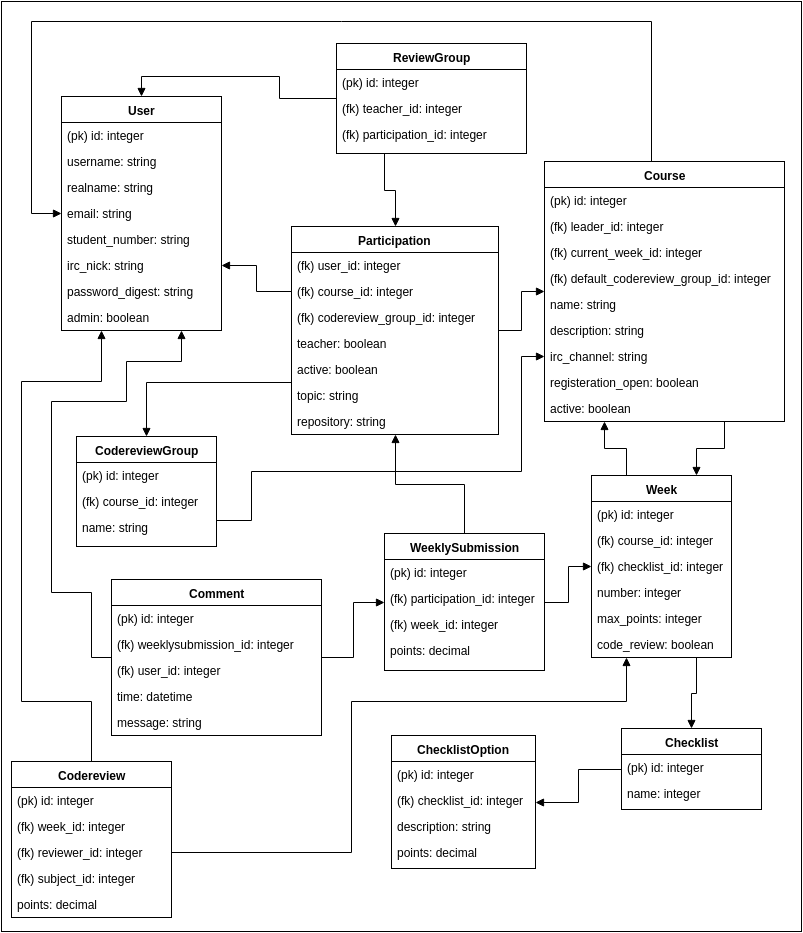
The draw.io diagram doc/database.png in TheDuckFIN/labtool-enhanced, before a commit. Source tidied: cells renumbered, new cells last; positions are measured from the earlier drawing's top-left corner, leaving out a move shared by most shapes.
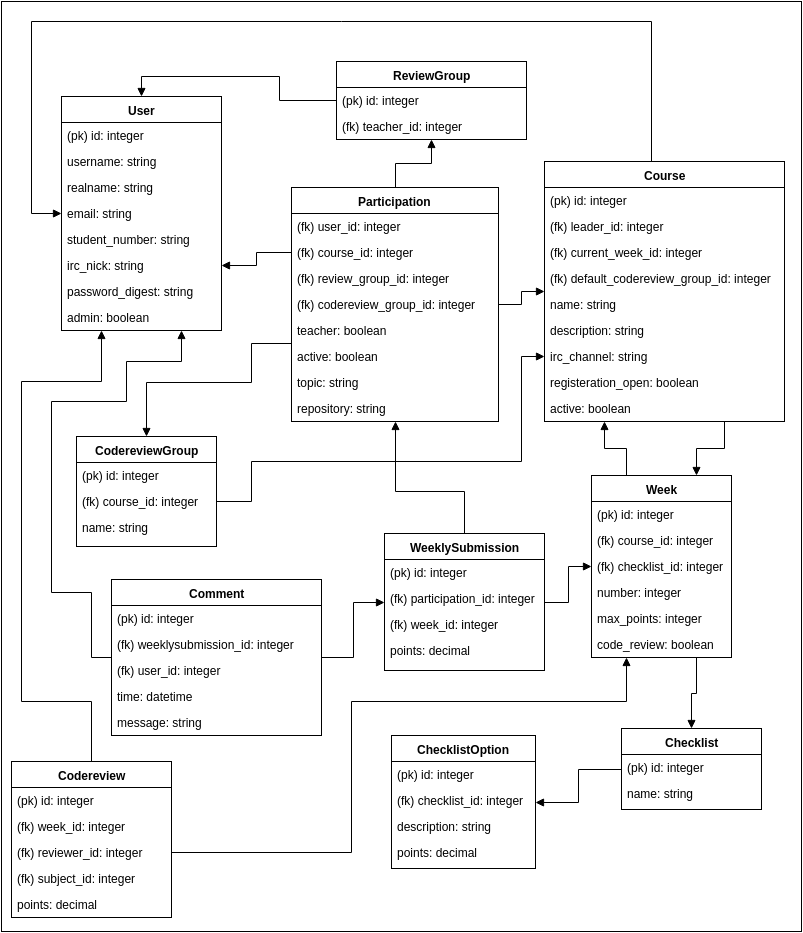
Above is the later version.

Commit message:
models and database scheman update

Change to the diagram source:
```diff
@@ -63,7 +63,7 @@
       <mxGeometry y="234" width="240" height="26" as="geometry" />
     </mxCell>
     <mxCell id="22" value="&lt;b&gt;Participation&lt;/b&gt;" style="swimlane;html=1;fontStyle=0;horizontal=1;startSize=26;fillColor=none;swimlaneFillColor=#ffffff;" parent="1" vertex="1">
-      <mxGeometry x="290" y="225" width="207" height="208" as="geometry" />
+      <mxGeometry x="290" y="186" width="207" height="234" as="geometry" />
     </mxCell>
     <mxCell id="23" value="(fk) user_id: integer&lt;br&gt;" style="text;html=1;strokeColor=none;fillColor=none;align=left;verticalAlign=top;spacingLeft=4;spacingRight=4;whiteSpace=wrap;overflow=hidden;rounded=1;" parent="22" vertex="1">
       <mxGeometry y="26" width="207" height="26" as="geometry" />
@@ -71,20 +71,23 @@
     <mxCell id="24" value="(fk) course_id: integer&lt;br&gt;" style="text;html=1;strokeColor=none;fillColor=none;align=left;verticalAlign=top;spacingLeft=4;spacingRight=4;whiteSpace=wrap;overflow=hidden;points=[[0,0.5],[1,0.5]];portConstraint=eastwest;" parent="22" vertex="1">
       <mxGeometry y="52" width="207" height="26" as="geometry" />
     </mxCell>
+    <mxCell id="87" value="(fk) review_group_id: integer" style="text;html=1;strokeColor=none;fillColor=none;align=left;verticalAlign=top;spacingLeft=4;spacingRight=4;whiteSpace=wrap;overflow=hidden;" parent="22" vertex="1">
+      <mxGeometry y="78" width="207" height="26" as="geometry" />
+    </mxCell>
     <mxCell id="25" value="(fk) codereview_group_id: integer&lt;br&gt;" style="text;html=1;strokeColor=none;fillColor=none;align=left;verticalAlign=top;spacingLeft=4;spacingRight=4;whiteSpace=wrap;overflow=hidden;" parent="22" vertex="1">
-      <mxGeometry y="78" width="207" height="26" as="geometry" />
+      <mxGeometry y="104" width="207" height="26" as="geometry" />
     </mxCell>
     <mxCell id="26" value="teacher: boolean&lt;br&gt;" style="text;html=1;strokeColor=none;fillColor=none;align=left;verticalAlign=top;spacingLeft=4;spacingRight=4;whiteSpace=wrap;overflow=hidden;rounded=1;" parent="22" vertex="1">
-      <mxGeometry y="104" width="207" height="26" as="geometry" />
+      <mxGeometry y="130" width="207" height="26" as="geometry" />
     </mxCell>
     <mxCell id="27" value="active: boolean" style="text;html=1;strokeColor=none;fillColor=none;align=left;verticalAlign=top;spacingLeft=4;spacingRight=4;whiteSpace=wrap;overflow=hidden;" parent="22" vertex="1">
-      <mxGeometry y="130" width="207" height="26" as="geometry" />
+      <mxGeometry y="156" width="207" height="26" as="geometry" />
     </mxCell>
     <mxCell id="28" value="topic: string" style="text;html=1;strokeColor=none;fillColor=none;align=left;verticalAlign=top;spacingLeft=4;spacingRight=4;whiteSpace=wrap;overflow=hidden;" parent="22" vertex="1">
-      <mxGeometry y="156" width="207" height="26" as="geometry" />
+      <mxGeometry y="182" width="207" height="26" as="geometry" />
     </mxCell>
     <mxCell id="29" value="repository: string&lt;br&gt;" style="text;html=1;strokeColor=none;fillColor=none;align=left;verticalAlign=top;spacingLeft=4;spacingRight=4;whiteSpace=wrap;overflow=hidden;rounded=1;" parent="22" vertex="1">
-      <mxGeometry y="182" width="207" height="26" as="geometry" />
+      <mxGeometry y="208" width="207" height="26" as="geometry" />
     </mxCell>
     <mxCell id="30" value="&lt;b&gt;ChecklistOption&lt;/b&gt;" style="swimlane;html=1;fontStyle=0;horizontal=1;startSize=26;fillColor=none;swimlaneFillColor=#ffffff;rounded=0;" parent="1" vertex="1">
       <mxGeometry x="390" y="734" width="144" height="133" as="geometry" />
@@ -107,7 +110,7 @@
     <mxCell id="36" value="(pk) id: integer" style="text;html=1;strokeColor=none;fillColor=none;align=left;verticalAlign=top;spacingLeft=4;spacingRight=4;whiteSpace=wrap;overflow=hidden;" parent="35" vertex="1">
       <mxGeometry y="26" width="140" height="26" as="geometry" />
     </mxCell>
-    <mxCell id="37" value="name: integer" style="text;html=1;strokeColor=none;fillColor=none;align=left;verticalAlign=top;spacingLeft=4;spacingRight=4;whiteSpace=wrap;overflow=hidden;" parent="35" vertex="1">
+    <mxCell id="37" value="name: string" style="text;html=1;strokeColor=none;fillColor=none;align=left;verticalAlign=top;spacingLeft=4;spacingRight=4;whiteSpace=wrap;overflow=hidden;" parent="35" vertex="1">
       <mxGeometry y="52" width="140" height="26" as="geometry" />
     </mxCell>
     <mxCell id="38" style="edgeStyle=orthogonalEdgeStyle;rounded=0;html=1;exitX=0;exitY=0.5;entryX=1;entryY=0.5;startArrow=none;startFill=0;endArrow=block;endFill=1;jettySize=auto;" parent="1" edge="1" source="24" target="9">
@@ -162,7 +165,7 @@
       <mxGeometry y="156" width="140" height="26" as="geometry" />
     </mxCell>
     <mxCell id="55" value="&lt;b&gt;ReviewGroup&lt;/b&gt;" style="swimlane;html=1;fontStyle=0;horizontal=1;startSize=26;fillColor=none;swimlaneFillColor=#ffffff;rounded=0;" parent="1" vertex="1">
-      <mxGeometry x="335" y="42" width="190" height="110" as="geometry" />
+      <mxGeometry x="335" y="60" width="190" height="78" as="geometry" />
     </mxCell>
     <mxCell id="56" value="(pk) id: integer" style="text;html=1;strokeColor=none;fillColor=none;align=left;verticalAlign=top;spacingLeft=4;spacingRight=4;whiteSpace=wrap;overflow=hidden;" parent="55" vertex="1">
       <mxGeometry y="26" width="190" height="26" as="geometry" />
@@ -170,15 +173,9 @@
     <mxCell id="57" value="(fk) teacher_id: integer" style="text;html=1;strokeColor=none;fillColor=none;align=left;verticalAlign=top;spacingLeft=4;spacingRight=4;whiteSpace=wrap;overflow=hidden;" parent="55" vertex="1">
       <mxGeometry y="52" width="190" height="26" as="geometry" />
     </mxCell>
-    <mxCell id="58" value="(fk) participation_id: integer" style="text;html=1;strokeColor=none;fillColor=none;align=left;verticalAlign=top;spacingLeft=4;spacingRight=4;whiteSpace=wrap;overflow=hidden;" parent="55" vertex="1">
-      <mxGeometry y="78" width="190" height="26" as="geometry" />
-    </mxCell>
     <mxCell id="59" style="edgeStyle=orthogonalEdgeStyle;rounded=0;html=1;exitX=0;exitY=0.5;entryX=0.5;entryY=0;endArrow=block;endFill=1;jettySize=auto;" parent="1" edge="1" source="55" target="3">
       <mxGeometry relative="1" as="geometry" />
     </mxCell>
-    <mxCell id="60" style="edgeStyle=orthogonalEdgeStyle;rounded=0;html=1;exitX=0.25;exitY=1;entryX=0.5;entryY=0;endArrow=block;endFill=1;jettySize=auto;" parent="1" edge="1" source="55" target="22">
-      <mxGeometry relative="1" as="geometry" />
-    </mxCell>
     <mxCell id="61" value="&lt;b&gt;Codereview&lt;/b&gt;" style="swimlane;html=1;fontStyle=0;horizontal=1;startSize=26;fillColor=none;swimlaneFillColor=#ffffff;rounded=0;" parent="1" vertex="1">
       <mxGeometry x="10" y="760" width="160" height="156" as="geometry" />
     </mxCell>
@@ -209,12 +206,19 @@
     <mxCell id="68" style="edgeStyle=orthogonalEdgeStyle;rounded=0;html=1;exitX=0;exitY=0.75;entryX=0.5;entryY=0;endArrow=block;endFill=1;jettySize=auto;" parent="1" edge="1" source="22" target="39">
       <mxGeometry relative="1" as="geometry">
         <Array as="points">
+          <mxPoint x="250" y="342" />
+          <mxPoint x="250" y="381" />
           <mxPoint x="145" y="381" />
         </Array>
       </mxGeometry>
     </mxCell>
     <mxCell id="69" style="edgeStyle=orthogonalEdgeStyle;rounded=0;html=1;exitX=0.5;exitY=0;endArrow=block;endFill=1;jettySize=auto;" parent="1" edge="1" source="43" target="22">
-      <mxGeometry relative="1" as="geometry" />
+      <mxGeometry relative="1" as="geometry">
+        <Array as="points">
+          <mxPoint x="463" y="490" />
+          <mxPoint x="394" y="490" />
+        </Array>
+      </mxGeometry>
     </mxCell>
     <mxCell id="70" style="edgeStyle=orthogonalEdgeStyle;rounded=0;html=1;exitX=1;exitY=0.5;endArrow=block;endFill=1;jettySize=auto;" parent="1" edge="1" source="43" target="48">
       <mxGeometry relative="1" as="geometry" />
@@ -222,10 +226,9 @@
     <mxCell id="71" style="edgeStyle=orthogonalEdgeStyle;rounded=0;html=1;exitX=1;exitY=0.5;endArrow=block;endFill=1;jettySize=auto;entryX=0;entryY=0.75;" parent="1" edge="1" source="41" target="12">
       <mxGeometry relative="1" as="geometry">
         <Array as="points">
-          <mxPoint x="215" y="519" />
-          <mxPoint x="250" y="519" />
-          <mxPoint x="250" y="470" />
-          <mxPoint x="520" y="470" />
+          <mxPoint x="250" y="500" />
+          <mxPoint x="250" y="460" />
+          <mxPoint x="520" y="460" />
           <mxPoint x="520" y="355" />
         </Array>
       </mxGeometry>
@@ -298,5 +301,8 @@
     <mxCell id="86" style="edgeStyle=orthogonalEdgeStyle;rounded=0;html=1;exitX=0;exitY=0.5;endArrow=block;endFill=1;jettySize=auto;" parent="1" edge="1" source="35" target="30">
       <mxGeometry relative="1" as="geometry" />
     </mxCell>
+    <mxCell id="88" style="edgeStyle=orthogonalEdgeStyle;rounded=0;html=1;exitX=0.5;exitY=0;endArrow=block;endFill=1;jettySize=auto;" parent="1" edge="1" source="22" target="55">
+      <mxGeometry relative="1" as="geometry" />
+    </mxCell>
   </root>
 </mxGraphModel>
```
